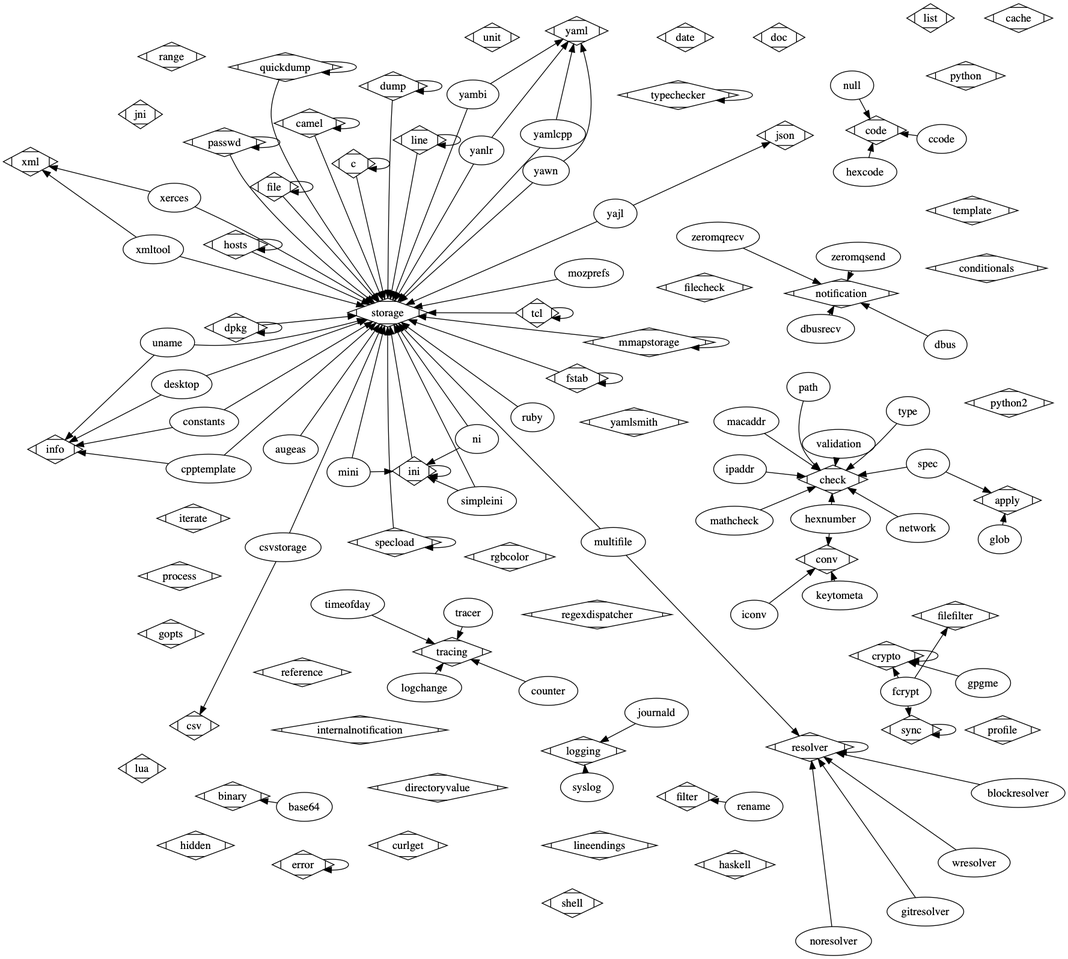
Earlier version of the Graphviz export doc/images/plugins.png (ElektraInitiative/libelektra). Its source is kept beside it as doc/images/plugins.dot.
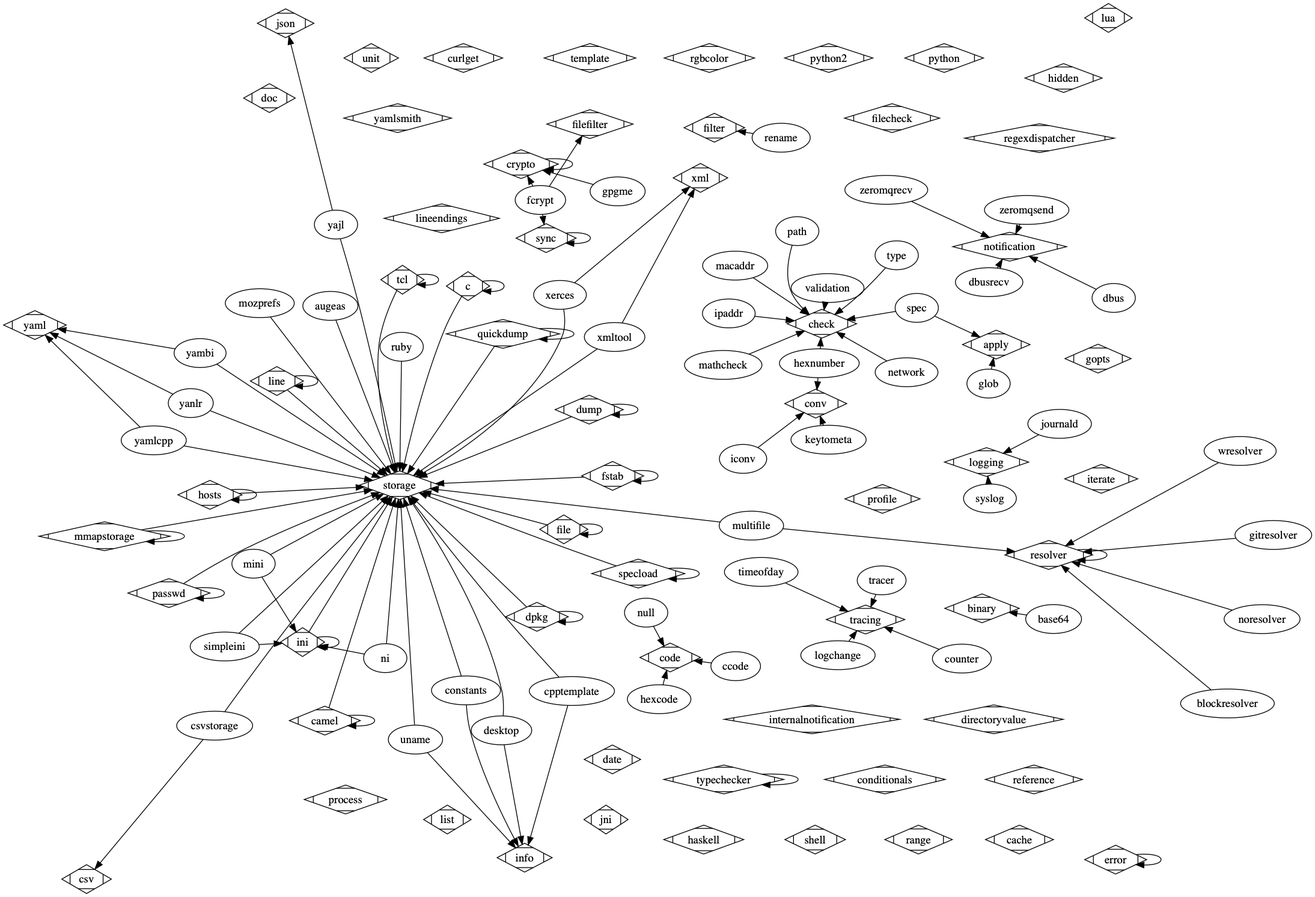
After the change.

Commit message:
Documentation: Remove YAwn plugin image

Change to the diagram source:
```diff
@@ -230,10 +230,6 @@
 	yanlr -> storage;
 	yaml [shape=Mdiamond];
 	yanlr -> yaml;
-	storage [shape=Mdiamond];
-	yawn -> storage;
-	yaml [shape=Mdiamond];
-	yawn -> yaml;
 	notification [shape=Mdiamond];
 	zeromqrecv -> notification;
 	notification [shape=Mdiamond];
```
